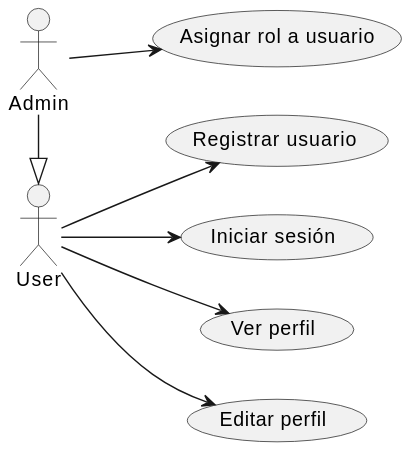
The PlantUML diagram out/modeling/user_management_use_cases/user management.svg in EZE404/EventsTracker, before a commit.
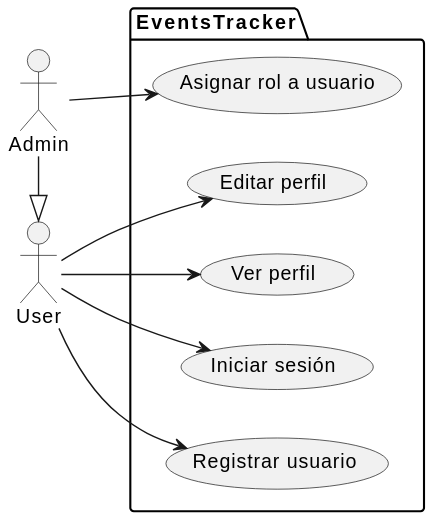
After the commit.

What changed in the source:
```diff
@@ -1,13 +1,17 @@
 @startuml
 left to right direction
+
 actor User
 actor Admin
 Admin -|> User
-usecase "Registrar usuario" as UC_Register
-usecase "Iniciar sesión" as UC_Login
-usecase "Ver perfil" as UC_ViewProfile
-usecase "Editar perfil" as UC_EditProfile
-usecase "Asignar rol a usuario" as UC_AssignRole
+
+package "EventsTracker" {
+    usecase "Registrar usuario" as UC_Register
+    usecase "Iniciar sesión" as UC_Login
+    usecase "Ver perfil" as UC_ViewProfile
+    usecase "Editar perfil" as UC_EditProfile
+    usecase "Asignar rol a usuario" as UC_AssignRole
+}
 
 User --> UC_Register
 User --> UC_Login
```
